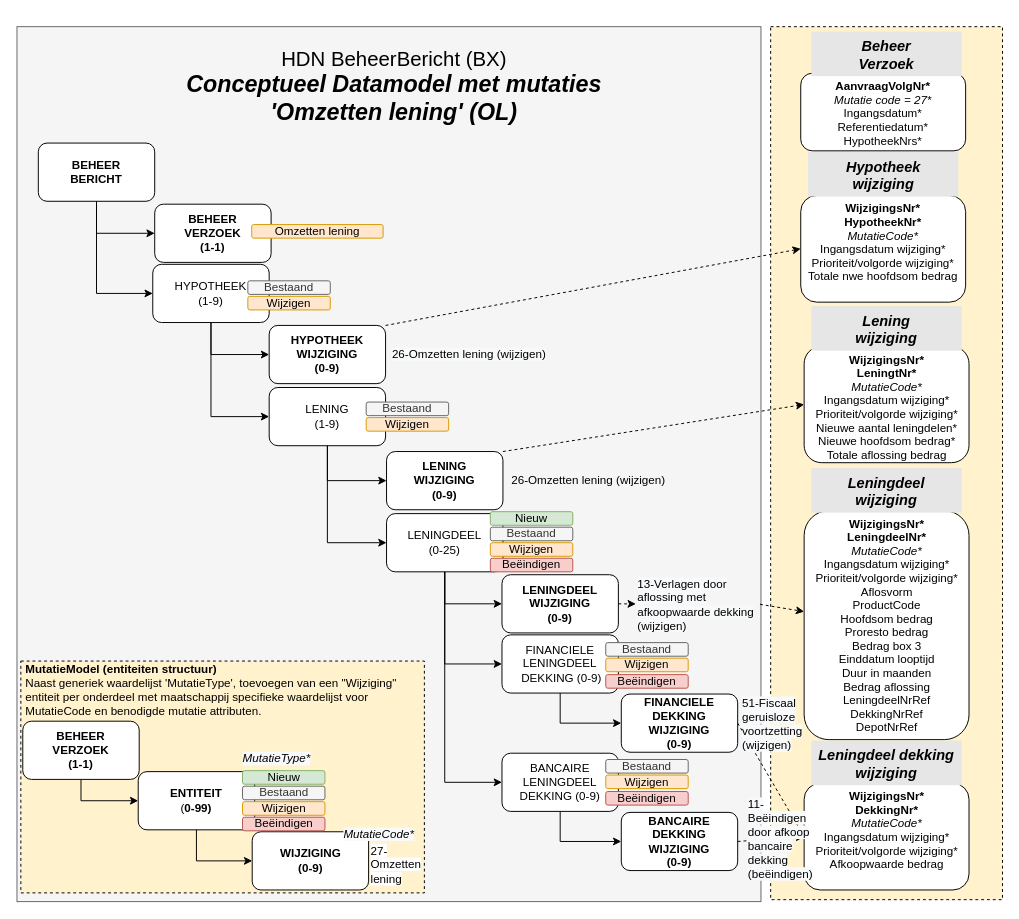
luchthandel/diagrams keeps this draw.io diagram as page "Datamodel OL met mutaties" (2 of 4) of HDN_BX_MM_OmzettenLening.drawio. Above is the earlier version. Source tidied: cells renumbered, new cells numbered last; positions are measured from the earlier drawing's top-left corner, leaving out a move shared by most shapes. Both pictures are drawn from the tidied source at 97%, with x=0, y=0 at pixel (16, 26).
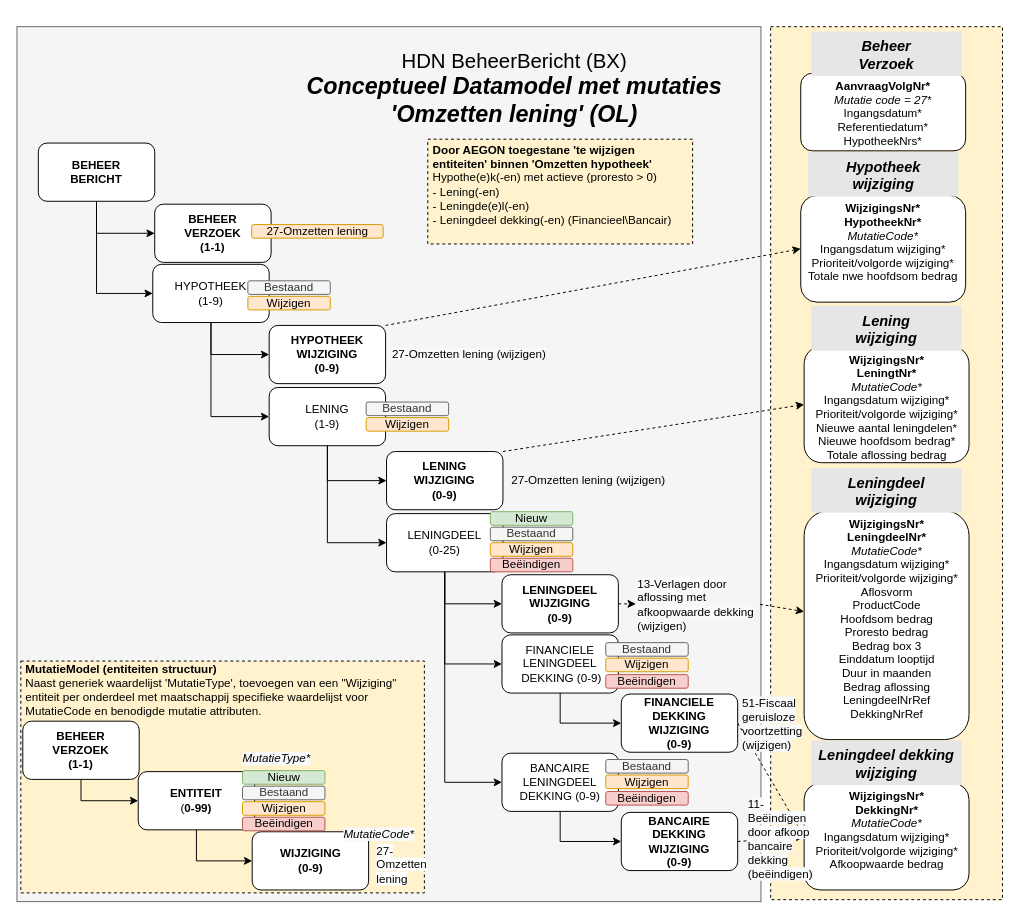
Above is the later version.

The edit, as a diff of the source:
```diff
@@
     <mxCell id="14" value="&lt;font style=&quot;font-size: 21px&quot;&gt;HDN BeheerBericht (BX)&lt;br&gt;&lt;/font&gt;&lt;span style=&quot;font-size: 24px&quot;&gt;&lt;b&gt;&lt;i&gt;Conceptueel Datamodel met mutaties&lt;br&gt;'Omzetten lening' (OL)&lt;/i&gt;&lt;/b&gt;&lt;/span&gt;" style="text;html=1;strokeColor=none;fillColor=none;align=center;verticalAlign=middle;whiteSpace=wrap;rounded=0;" parent="1" vertex="1">
-      <mxGeometry x="6" y="15" width="766" height="93" as="geometry" />
+      <mxGeometry x="290" y="17" width="446" height="93" as="geometry" />
     </mxCell>
@@
-    <mxCell id="17" value="&lt;span style=&quot;font-weight: 400&quot;&gt;Omzetten lening&lt;/span&gt;" style="rounded=1;whiteSpace=wrap;html=1;fontStyle=1;fillColor=#ffe6cc;strokeColor=#d79b00;" parent="1" vertex="1">
+    <mxCell id="17" value="&lt;span style=&quot;font-weight: 400&quot;&gt;27-Omzetten lening&lt;/span&gt;" style="rounded=1;whiteSpace=wrap;html=1;fontStyle=1;fillColor=#ffe6cc;strokeColor=#d79b00;" parent="1" vertex="1">
       <mxGeometry x="242" y="204" width="135.5" height="14" as="geometry" />
     </mxCell>
@@
-    <mxCell id="52" value="&lt;p class=&quot;p1&quot; style=&quot;margin: 0px ; font-stretch: normal ; line-height: normal ; font-family: &amp;#34;arial&amp;#34; ; color: rgb(0 , 0 , 0)&quot;&gt;&lt;span&gt;WijzigingsNr*&lt;/span&gt;&lt;/p&gt;&lt;p class=&quot;p1&quot; style=&quot;margin: 0px ; font-stretch: normal ; line-height: normal ; font-family: &amp;#34;arial&amp;#34; ; color: rgb(0 , 0 , 0)&quot;&gt;&lt;span&gt;LeningdeelNr*&lt;/span&gt;&lt;br&gt;&lt;/p&gt;&lt;p class=&quot;p1&quot; style=&quot;margin: 0px ; font-weight: 400 ; font-stretch: normal ; line-height: normal ; font-family: &amp;#34;arial&amp;#34; ; color: rgb(0 , 0 , 0)&quot;&gt;&lt;font style=&quot;font-size: 12px&quot;&gt;&lt;i&gt;MutatieCode*&lt;/i&gt;&lt;/font&gt;&lt;/p&gt;&lt;p class=&quot;p1&quot; style=&quot;margin: 0px ; font-weight: 400 ; font-stretch: normal ; line-height: normal ; font-family: &amp;#34;arial&amp;#34; ; color: rgb(0 , 0 , 0)&quot;&gt;&lt;font style=&quot;font-size: 12px&quot;&gt;Ingangsdatum wijziging*&lt;/font&gt;&lt;/p&gt;&lt;p class=&quot;p1&quot; style=&quot;margin: 0px ; font-weight: 400 ; font-stretch: normal ; line-height: normal ; font-family: &amp;#34;arial&amp;#34; ; color: rgb(0 , 0 , 0)&quot;&gt;&lt;font style=&quot;font-size: 12px&quot;&gt;Prioriteit/volgorde wijziging*&lt;br&gt;&lt;/font&gt;&lt;/p&gt;&lt;p class=&quot;p1&quot; style=&quot;margin: 0px ; font-weight: 400 ; font-stretch: normal ; line-height: normal ; font-family: &amp;#34;arial&amp;#34; ; color: rgb(0 , 0 , 0)&quot;&gt;&lt;font style=&quot;font-size: 12px&quot;&gt;Aflosvorm&lt;/font&gt;&lt;/p&gt;&lt;p class=&quot;p1&quot; style=&quot;margin: 0px ; font-weight: 400 ; font-stretch: normal ; line-height: normal ; font-family: &amp;#34;arial&amp;#34; ; color: rgb(0 , 0 , 0)&quot;&gt;&lt;font style=&quot;font-size: 12px&quot;&gt;ProductCode&lt;/font&gt;&lt;/p&gt;&lt;p class=&quot;p1&quot; style=&quot;margin: 0px ; font-weight: 400 ; font-stretch: normal ; line-height: normal ; font-family: &amp;#34;arial&amp;#34; ; color: rgb(0 , 0 , 0)&quot;&gt;&lt;font style=&quot;font-size: 12px&quot;&gt;Hoofdsom bedrag&lt;/font&gt;&lt;/p&gt;&lt;p class=&quot;p1&quot; style=&quot;margin: 0px ; font-weight: 400 ; font-stretch: normal ; line-height: normal ; font-family: &amp;#34;arial&amp;#34; ; color: rgb(0 , 0 , 0)&quot;&gt;&lt;font style=&quot;font-size: 12px&quot;&gt;Proresto bedrag&lt;/font&gt;&lt;/p&gt;&lt;p class=&quot;p1&quot; style=&quot;margin: 0px ; font-weight: 400 ; font-stretch: normal ; line-height: normal ; font-family: &amp;#34;arial&amp;#34; ; color: rgb(0 , 0 , 0)&quot;&gt;&lt;font style=&quot;font-size: 12px&quot;&gt;Bedrag box 3&lt;/font&gt;&lt;/p&gt;&lt;p class=&quot;p1&quot; style=&quot;margin: 0px ; font-weight: 400 ; font-stretch: normal ; line-height: normal ; font-family: &amp;#34;arial&amp;#34; ; color: rgb(0 , 0 , 0)&quot;&gt;&lt;font style=&quot;font-size: 12px&quot;&gt;Einddatum looptijd&lt;/font&gt;&lt;/p&gt;&lt;p class=&quot;p1&quot; style=&quot;margin: 0px ; font-weight: 400 ; font-stretch: normal ; line-height: normal ; font-family: &amp;#34;arial&amp;#34; ; color: rgb(0 , 0 , 0)&quot;&gt;&lt;font style=&quot;font-size: 12px&quot;&gt;Duur in maanden&lt;/font&gt;&lt;/p&gt;&lt;p class=&quot;p1&quot; style=&quot;margin: 0px ; font-weight: 400 ; font-stretch: normal ; line-height: normal ; font-family: &amp;#34;arial&amp;#34; ; color: rgb(0 , 0 , 0)&quot;&gt;&lt;font style=&quot;font-size: 12px&quot;&gt;Bedrag aflossing&lt;/font&gt;&lt;/p&gt;&lt;p class=&quot;p1&quot; style=&quot;margin: 0px ; font-weight: 400 ; font-stretch: normal ; line-height: normal ; font-family: &amp;#34;arial&amp;#34; ; color: rgb(0 , 0 , 0)&quot;&gt;&lt;span&gt;LeningdeelNrRef&lt;/span&gt;&lt;br&gt;&lt;/p&gt;&lt;p class=&quot;p1&quot; style=&quot;margin: 0px ; font-weight: 400 ; font-stretch: normal ; line-height: normal ; font-family: &amp;#34;arial&amp;#34; ; color: rgb(0 , 0 , 0)&quot;&gt;DekkingNrRef&lt;/p&gt;&lt;p class=&quot;p1&quot; style=&quot;margin: 0px ; font-weight: 400 ; font-stretch: normal ; line-height: normal ; font-family: &amp;#34;arial&amp;#34; ; color: rgb(0 , 0 , 0)&quot;&gt;&lt;/p&gt;&lt;p class=&quot;p1&quot; style=&quot;margin: 0px ; font-weight: 400 ; font-stretch: normal ; line-height: normal ; font-family: &amp;#34;arial&amp;#34; ; color: rgb(0 , 0 , 0)&quot;&gt;DepotNrRef&lt;/p&gt;" style="rounded=1;whiteSpace=wrap;html=1;fontStyle=1;fontColor=#808080;verticalAlign=top;" parent="1" vertex="1">
+    <mxCell id="52" value="&lt;p class=&quot;p1&quot; style=&quot;margin: 0px ; font-stretch: normal ; line-height: normal ; font-family: &amp;#34;arial&amp;#34; ; color: rgb(0 , 0 , 0)&quot;&gt;&lt;span&gt;WijzigingsNr*&lt;/span&gt;&lt;/p&gt;&lt;p class=&quot;p1&quot; style=&quot;margin: 0px ; font-stretch: normal ; line-height: normal ; font-family: &amp;#34;arial&amp;#34; ; color: rgb(0 , 0 , 0)&quot;&gt;&lt;span&gt;LeningdeelNr*&lt;/span&gt;&lt;br&gt;&lt;/p&gt;&lt;p class=&quot;p1&quot; style=&quot;margin: 0px ; font-weight: 400 ; font-stretch: normal ; line-height: normal ; font-family: &amp;#34;arial&amp;#34; ; color: rgb(0 , 0 , 0)&quot;&gt;&lt;font style=&quot;font-size: 12px&quot;&gt;&lt;i&gt;MutatieCode*&lt;/i&gt;&lt;/font&gt;&lt;/p&gt;&lt;p class=&quot;p1&quot; style=&quot;margin: 0px ; font-weight: 400 ; font-stretch: normal ; line-height: normal ; font-family: &amp;#34;arial&amp;#34; ; color: rgb(0 , 0 , 0)&quot;&gt;&lt;font style=&quot;font-size: 12px&quot;&gt;Ingangsdatum wijziging*&lt;/font&gt;&lt;/p&gt;&lt;p class=&quot;p1&quot; style=&quot;margin: 0px ; font-weight: 400 ; font-stretch: normal ; line-height: normal ; font-family: &amp;#34;arial&amp;#34; ; color: rgb(0 , 0 , 0)&quot;&gt;&lt;font style=&quot;font-size: 12px&quot;&gt;Prioriteit/volgorde wijziging*&lt;br&gt;&lt;/font&gt;&lt;/p&gt;&lt;p class=&quot;p1&quot; style=&quot;margin: 0px ; font-weight: 400 ; font-stretch: normal ; line-height: normal ; font-family: &amp;#34;arial&amp;#34; ; color: rgb(0 , 0 , 0)&quot;&gt;&lt;font style=&quot;font-size: 12px&quot;&gt;Aflosvorm&lt;/font&gt;&lt;/p&gt;&lt;p class=&quot;p1&quot; style=&quot;margin: 0px ; font-weight: 400 ; font-stretch: normal ; line-height: normal ; font-family: &amp;#34;arial&amp;#34; ; color: rgb(0 , 0 , 0)&quot;&gt;&lt;font style=&quot;font-size: 12px&quot;&gt;ProductCode&lt;/font&gt;&lt;/p&gt;&lt;p class=&quot;p1&quot; style=&quot;margin: 0px ; font-weight: 400 ; font-stretch: normal ; line-height: normal ; font-family: &amp;#34;arial&amp;#34; ; color: rgb(0 , 0 , 0)&quot;&gt;&lt;font style=&quot;font-size: 12px&quot;&gt;Hoofdsom bedrag&lt;/font&gt;&lt;/p&gt;&lt;p class=&quot;p1&quot; style=&quot;margin: 0px ; font-weight: 400 ; font-stretch: normal ; line-height: normal ; font-family: &amp;#34;arial&amp;#34; ; color: rgb(0 , 0 , 0)&quot;&gt;&lt;font style=&quot;font-size: 12px&quot;&gt;Proresto bedrag&lt;/font&gt;&lt;/p&gt;&lt;p class=&quot;p1&quot; style=&quot;margin: 0px ; font-weight: 400 ; font-stretch: normal ; line-height: normal ; font-family: &amp;#34;arial&amp;#34; ; color: rgb(0 , 0 , 0)&quot;&gt;&lt;font style=&quot;font-size: 12px&quot;&gt;Bedrag box 3&lt;/font&gt;&lt;/p&gt;&lt;p class=&quot;p1&quot; style=&quot;margin: 0px ; font-weight: 400 ; font-stretch: normal ; line-height: normal ; font-family: &amp;#34;arial&amp;#34; ; color: rgb(0 , 0 , 0)&quot;&gt;&lt;font style=&quot;font-size: 12px&quot;&gt;Einddatum looptijd&lt;/font&gt;&lt;/p&gt;&lt;p class=&quot;p1&quot; style=&quot;margin: 0px ; font-weight: 400 ; font-stretch: normal ; line-height: normal ; font-family: &amp;#34;arial&amp;#34; ; color: rgb(0 , 0 , 0)&quot;&gt;&lt;font style=&quot;font-size: 12px&quot;&gt;Duur in maanden&lt;/font&gt;&lt;/p&gt;&lt;p class=&quot;p1&quot; style=&quot;margin: 0px ; font-weight: 400 ; font-stretch: normal ; line-height: normal ; font-family: &amp;#34;arial&amp;#34; ; color: rgb(0 , 0 , 0)&quot;&gt;&lt;font style=&quot;font-size: 12px&quot;&gt;Bedrag aflossing&lt;/font&gt;&lt;/p&gt;&lt;p class=&quot;p1&quot; style=&quot;margin: 0px ; font-weight: 400 ; font-stretch: normal ; line-height: normal ; font-family: &amp;#34;arial&amp;#34; ; color: rgb(0 , 0 , 0)&quot;&gt;&lt;span&gt;LeningdeelNrRef&lt;/span&gt;&lt;br&gt;&lt;/p&gt;&lt;p class=&quot;p1&quot; style=&quot;margin: 0px ; font-weight: 400 ; font-stretch: normal ; line-height: normal ; font-family: &amp;#34;arial&amp;#34; ; color: rgb(0 , 0 , 0)&quot;&gt;DekkingNrRef&lt;/p&gt;" style="rounded=1;whiteSpace=wrap;html=1;fontStyle=1;fontColor=#808080;verticalAlign=top;" parent="1" vertex="1">
       <mxGeometry x="811.5" y="499" width="170" height="236" as="geometry" />
     </mxCell>
@@
     <mxCell id="72" value="&lt;span style=&quot;color: rgb(0 , 0 , 0) ; font-family: &amp;#34;helvetica&amp;#34; ; font-size: 12px ; font-style: normal ; font-weight: 400 ; letter-spacing: normal ; text-align: center ; text-indent: 0px ; text-transform: none ; word-spacing: 0px ; background-color: rgb(255 , 255 , 255) ; display: inline ; float: none&quot;&gt;27-Omzetten&lt;br&gt;lening&lt;br&gt;&lt;/span&gt;" style="text;whiteSpace=wrap;html=1;" parent="1" vertex="1">
-      <mxGeometry x="362.5" y="835.5" width="66" height="49" as="geometry" />
+      <mxGeometry x="368.5" y="835.5" width="66" height="49" as="geometry" />
     </mxCell>
-    <mxCell id="73" value="&lt;span style=&quot;color: rgb(0 , 0 , 0) ; font-family: &amp;#34;helvetica&amp;#34; ; font-size: 12px ; font-style: normal ; font-weight: 400 ; letter-spacing: normal ; text-align: left ; text-indent: 0px ; text-transform: none ; word-spacing: 0px ; background-color: rgb(248 , 249 , 250) ; display: inline ; float: none&quot;&gt;26-Omzetten lening (wijzigen)&lt;/span&gt;" style="text;whiteSpace=wrap;html=1;" parent="1" vertex="1">
+    <mxCell id="73" value="&lt;span style=&quot;color: rgb(0 , 0 , 0) ; font-family: &amp;#34;helvetica&amp;#34; ; font-size: 12px ; font-style: normal ; font-weight: 400 ; letter-spacing: normal ; text-align: left ; text-indent: 0px ; text-transform: none ; word-spacing: 0px ; background-color: rgb(248 , 249 , 250) ; display: inline ; float: none&quot;&gt;27-Omzetten lening (wijzigen)&lt;/span&gt;" style="text;whiteSpace=wrap;html=1;" parent="1" vertex="1">
       <mxGeometry x="385" y="324" width="197" height="28" as="geometry" />
     </mxCell>
-    <mxCell id="74" value="&lt;span style=&quot;font-family: &amp;#34;helvetica&amp;#34;&quot;&gt;26-Omzetten lening (wijzigen)&lt;/span&gt;" style="text;whiteSpace=wrap;html=1;" parent="1" vertex="1">
+    <mxCell id="74" value="&lt;span style=&quot;font-family: &amp;#34;helvetica&amp;#34;&quot;&gt;27-Omzetten lening (wijzigen)&lt;/span&gt;" style="text;whiteSpace=wrap;html=1;" parent="1" vertex="1">
       <mxGeometry x="508" y="454" width="177" height="28" as="geometry" />
     </mxCell>
@@
+    <mxCell id="81" value="&lt;p style=&quot;font-size: 12px&quot;&gt;&lt;b&gt;Door AEGON toegestane 'te wijzigen entiteiten' binnen 'Omzetten hypotheek'&lt;br&gt;&lt;/b&gt;Hypothe(e)k(-en) met actieve (proresto &amp;gt; 0)&lt;br&gt;- Lening(-en)&lt;br&gt;- Leningde(e)l(-en)&lt;br&gt;- Leningdeel dekking(-en) (Financieel\Bancair)&lt;/p&gt;&lt;p&gt;&lt;/p&gt;" style="text;html=1;fillColor=#fff2cc;spacing=5;spacingTop=-20;whiteSpace=wrap;overflow=hidden;rounded=0;align=left;fontSize=12;verticalAlign=bottom;strokeColor=#000000;dashed=1;" parent="1" vertex="1">
+      <mxGeometry x="423.5" y="116" width="273" height="108" as="geometry" />
+    </mxCell>
```
